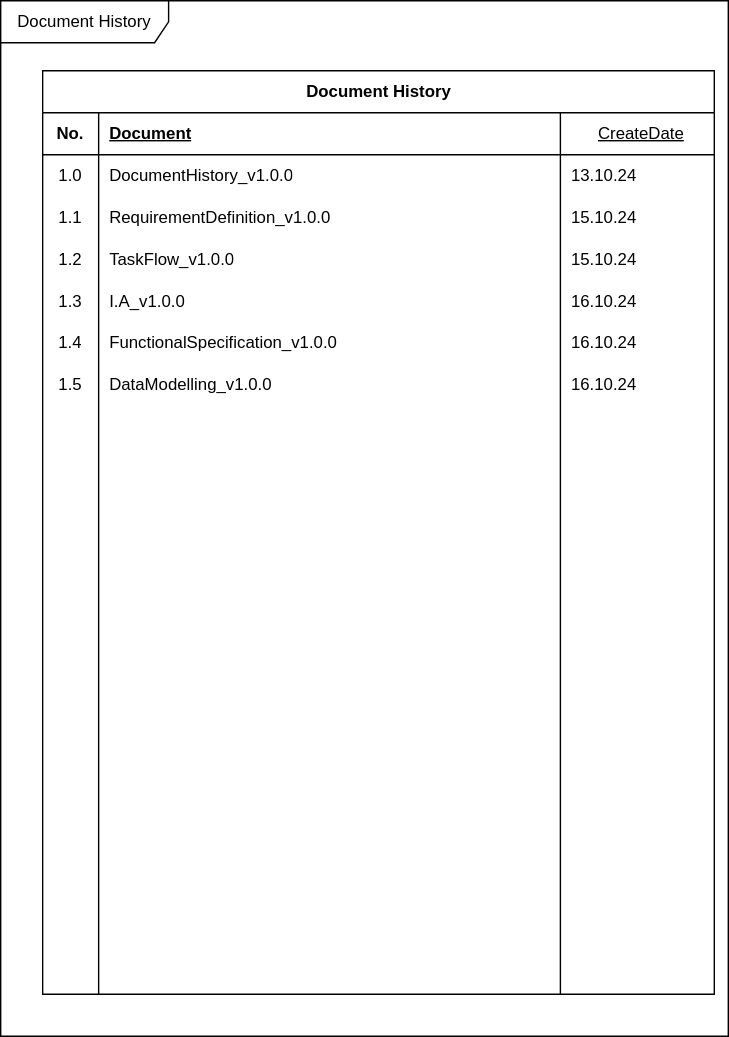
This is Document/WeadinatorDocumentation.svg from cjungwo/Weadinator, a draw.io export, as it was before one commit. Source tidied: cells renumbered, new cells last; positions are measured from the earlier drawing's top-left corner, leaving out a move shared by most shapes.
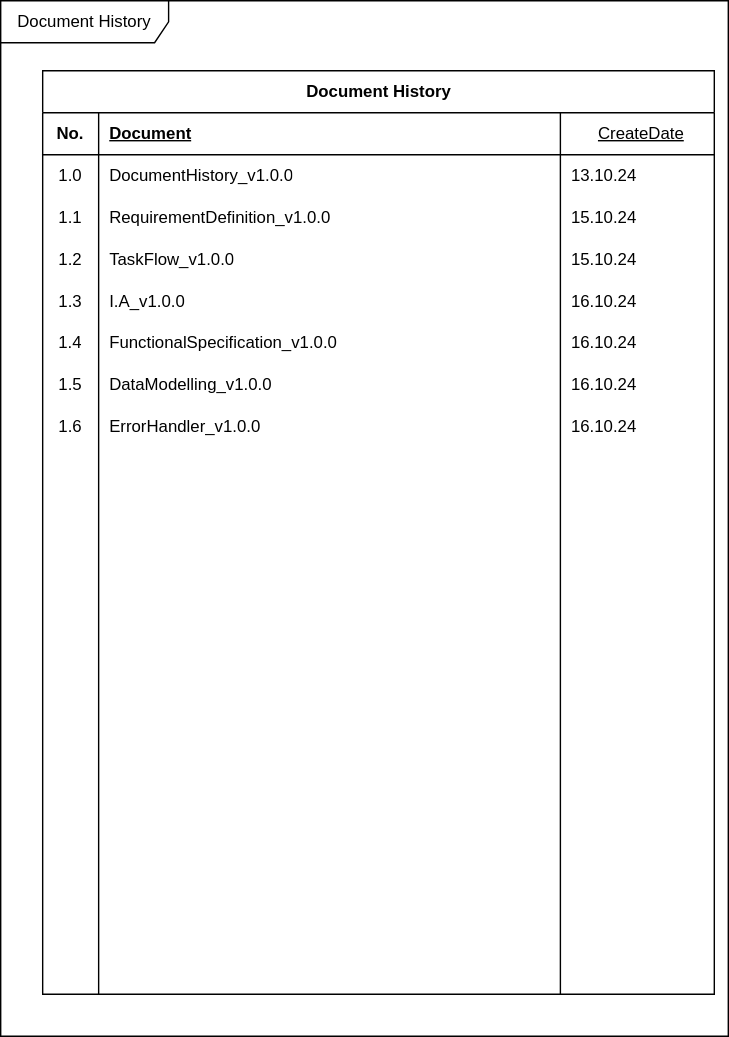
After the change.

Diff of the diagram source:
```diff
@@ -95,13 +95,13 @@
     <mxCell id="32" style="shape=tableRow;horizontal=0;startSize=0;swimlaneHead=0;swimlaneBody=0;fillColor=none;top=0;left=0;right=0;bottom=0;" parent="3" vertex="1">
       <mxGeometry y="240" width="480" height="30" as="geometry" />
     </mxCell>
-    <mxCell id="33" style="shape=partialRectangle;fillColor=none;top=0;left=0;bottom=0;right=0;overflow=hidden;whiteSpace=wrap;html=1;" parent="32" vertex="1">
+    <mxCell id="33" value="1.6" style="shape=partialRectangle;fillColor=none;top=0;left=0;bottom=0;right=0;overflow=hidden;whiteSpace=wrap;html=1;" parent="32" vertex="1">
       <mxGeometry width="40" height="30" as="geometry" />
     </mxCell>
-    <mxCell id="34" style="shape=partialRectangle;fillColor=none;top=0;left=0;bottom=0;right=0;align=left;spacingLeft=6;overflow=hidden;whiteSpace=wrap;html=1;" parent="32" vertex="1">
+    <mxCell id="34" value="ErrorHandler_v1.0.0" style="shape=partialRectangle;fillColor=none;top=0;left=0;bottom=0;right=0;align=left;spacingLeft=6;overflow=hidden;whiteSpace=wrap;html=1;" parent="32" vertex="1">
       <mxGeometry x="40" width="330" height="30" as="geometry" />
     </mxCell>
-    <mxCell id="35" style="shape=partialRectangle;fillColor=none;top=0;left=0;bottom=0;right=0;align=left;spacingLeft=6;overflow=hidden;whiteSpace=wrap;html=1;" parent="32" vertex="1">
+    <mxCell id="35" value="16.10.24" style="shape=partialRectangle;fillColor=none;top=0;left=0;bottom=0;right=0;align=left;spacingLeft=6;overflow=hidden;whiteSpace=wrap;html=1;" parent="32" vertex="1">
       <mxGeometry x="370" width="110" height="30" as="geometry" />
     </mxCell>
     <mxCell id="36" style="shape=tableRow;horizontal=0;startSize=0;swimlaneHead=0;swimlaneBody=0;fillColor=none;top=0;left=0;right=0;bottom=0;" parent="3" vertex="1">
```
